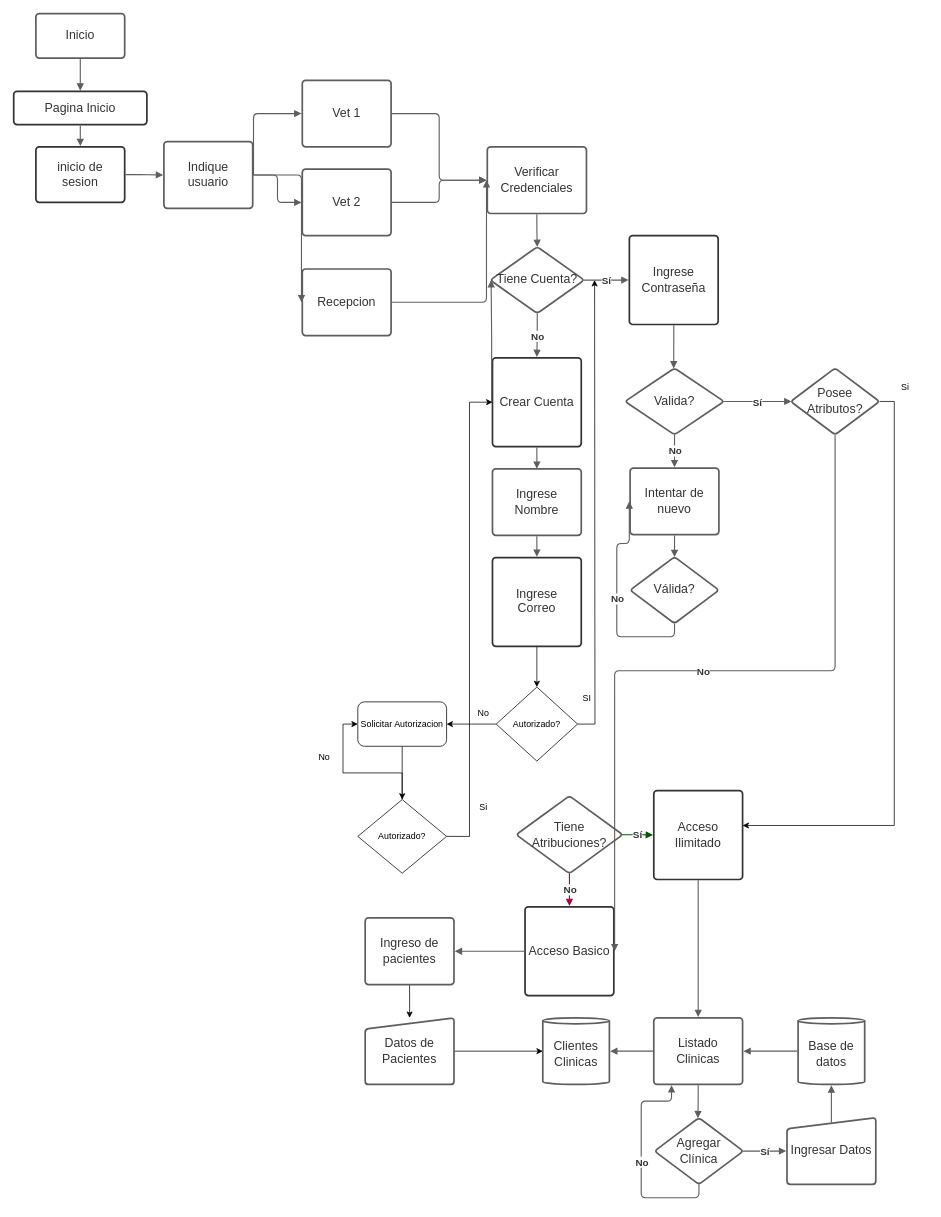
Above: Diagrama sin título.drawio in MauroCCampos/Petsitter-Spa (draw.io), before the change. Source tidied: cells renumbered, new cells numbered last; positions are measured from the earlier drawing's top-left corner, leaving out a move shared by most shapes. Both pictures are drawn from the tidied source at 74%, with x=0, y=0 at pixel (13, 13).
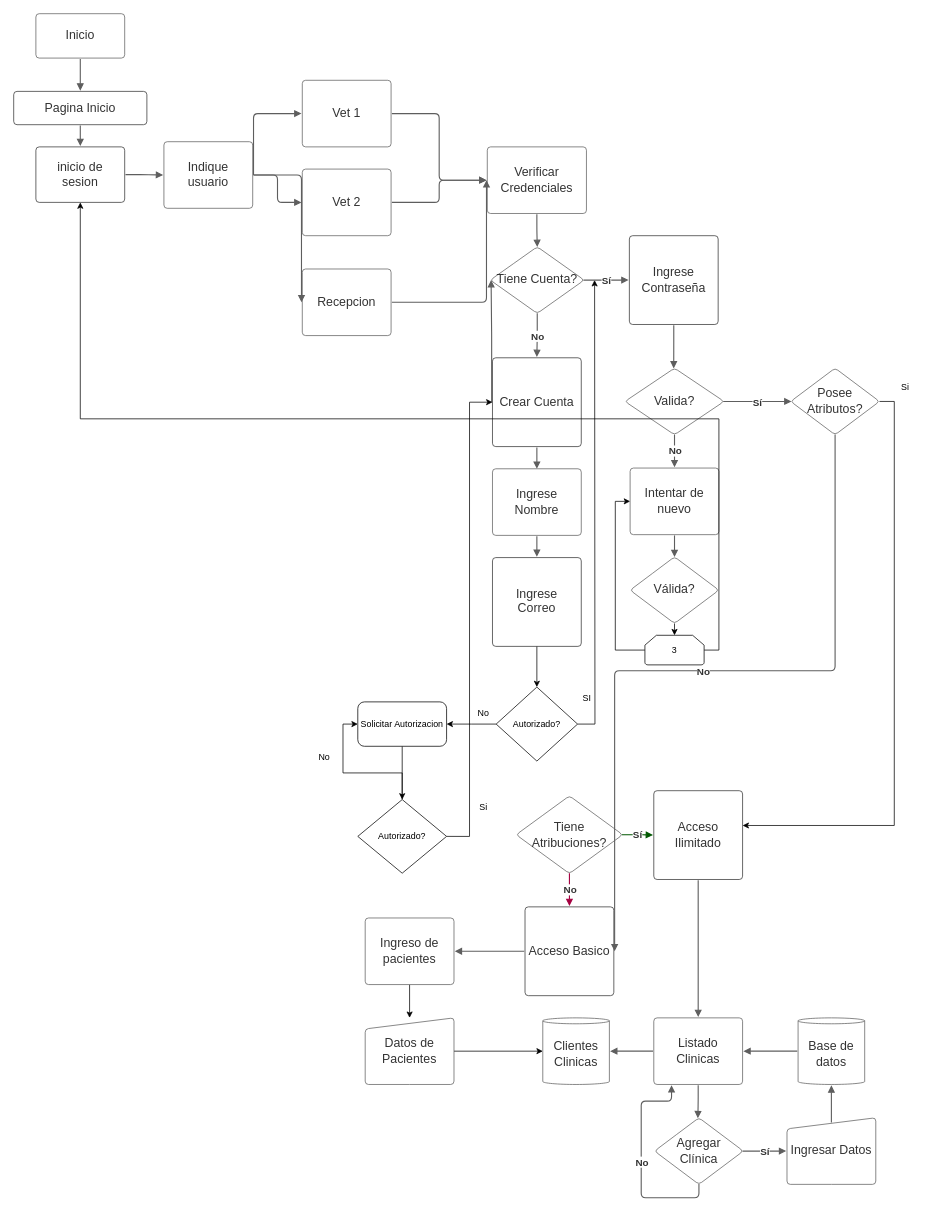
The same diagram, later.

Commit message (it also covers changes not shown here):
Proyecto Go Animal

Diff of the diagram source:
```diff
@@
-    <mxCell id="2" value="Inicio" style="html=1;overflow=block;blockSpacing=1;whiteSpace=wrap;fontSize=16.7;fontColor=#333333;align=center;spacing=3.8;strokeColor=#5e5e5e;strokeOpacity=100;rounded=1;absoluteArcSize=1;arcSize=9;strokeWidth=2.3;lucidId=6lV_jRiNdOOd;" parent="1" vertex="1">
+    <mxCell id="2" value="Inicio" style="html=1;overflow=block;blockSpacing=1;whiteSpace=wrap;fontSize=16.7;fontColor=#333333;align=center;spacing=3.8;strokeColor=#5e5e5e;strokeOpacity=100;rounded=1;absoluteArcSize=1;arcSize=9;strokeWidth=1;lucidId=6lV_jRiNdOOd;" parent="1" vertex="1">
       <mxGeometry x="30" width="120" height="60" as="geometry" />
     </mxCell>
@@
-    <mxCell id="4" value="Pagina Inicio" style="html=1;overflow=block;blockSpacing=1;whiteSpace=wrap;fontSize=16.7;fontColor=#333333;align=center;spacing=3.8;strokeColor=#333333;strokeOpacity=100;fillOpacity=0;rounded=1;absoluteArcSize=1;arcSize=9;fillColor=#ffffff;strokeWidth=2.3;lucidId=ymV_Ch-mpjN8;" parent="1" vertex="1">
+    <mxCell id="4" value="Pagina Inicio" style="html=1;overflow=block;blockSpacing=1;whiteSpace=wrap;fontSize=16.7;fontColor=#333333;align=center;spacing=3.8;strokeColor=#333333;strokeOpacity=100;fillOpacity=0;rounded=1;absoluteArcSize=1;arcSize=9;fillColor=#ffffff;strokeWidth=1;lucidId=ymV_Ch-mpjN8;" parent="1" vertex="1">
       <mxGeometry y="105" width="180" height="45" as="geometry" />
     </mxCell>
@@
-    <mxCell id="6" value="inicio de sesion" style="html=1;overflow=block;blockSpacing=1;whiteSpace=wrap;fontSize=16.7;fontColor=#333333;align=center;spacing=3.8;strokeColor=#333333;strokeOpacity=100;fillOpacity=0;rounded=1;absoluteArcSize=1;arcSize=9;fillColor=#ffffff;strokeWidth=2.3;lucidId=GnV_wsVI9CKv;" parent="1" vertex="1">
+    <mxCell id="6" value="inicio de sesion" style="html=1;overflow=block;blockSpacing=1;whiteSpace=wrap;fontSize=16.7;fontColor=#333333;align=center;spacing=3.8;strokeColor=#333333;strokeOpacity=100;fillOpacity=0;rounded=1;absoluteArcSize=1;arcSize=9;fillColor=#ffffff;strokeWidth=1;lucidId=GnV_wsVI9CKv;" parent="1" vertex="1">
       <mxGeometry x="30" y="180" width="120" height="75" as="geometry" />
     </mxCell>
-    <mxCell id="7" value="Verificar Credenciales" style="html=1;overflow=block;blockSpacing=1;whiteSpace=wrap;fontSize=16.7;fontColor=#333333;align=center;spacing=9;strokeColor=#5e5e5e;strokeOpacity=100;rounded=1;absoluteArcSize=1;arcSize=9;strokeWidth=2.3;lucidId=1nV_D38gx65L;" parent="1" vertex="1">
+    <mxCell id="7" value="Verificar Credenciales" style="html=1;overflow=block;blockSpacing=1;whiteSpace=wrap;fontSize=16.7;fontColor=#333333;align=center;spacing=9;strokeColor=#5e5e5e;strokeOpacity=100;rounded=1;absoluteArcSize=1;arcSize=9;strokeWidth=1;lucidId=1nV_D38gx65L;" parent="1" vertex="1">
       <mxGeometry x="640" y="180" width="134" height="90" as="geometry" />
     </mxCell>
-    <mxCell id="8" value="Valida?" style="html=1;overflow=block;blockSpacing=1;whiteSpace=wrap;rhombus;fontSize=16.7;fontColor=#333333;align=center;spacing=3.8;strokeColor=#5E5E5E;rounded=1;absoluteArcSize=1;arcSize=9;strokeWidth=2.3;lucidId=PoV_fIXQWpVl;" parent="1" vertex="1">
+    <mxCell id="8" value="Valida?" style="html=1;overflow=block;blockSpacing=1;whiteSpace=wrap;rhombus;fontSize=16.7;fontColor=#333333;align=center;spacing=3.8;strokeColor=#5E5E5E;rounded=1;absoluteArcSize=1;arcSize=9;strokeWidth=1;lucidId=PoV_fIXQWpVl;" parent="1" vertex="1">
       <mxGeometry x="826" y="479" width="134" height="90" as="geometry" />
     </mxCell>
-    <mxCell id="9" value="Intentar de nuevo" style="html=1;overflow=block;blockSpacing=1;whiteSpace=wrap;fontSize=16.7;fontColor=#333333;align=center;spacing=9;strokeColor=#5e5e5e;strokeOpacity=100;rounded=1;absoluteArcSize=1;arcSize=9;strokeWidth=2.3;lucidId=lrV_QBkVOYwX;" parent="1" vertex="1">
+    <mxCell id="9" value="Intentar de nuevo" style="html=1;overflow=block;blockSpacing=1;whiteSpace=wrap;fontSize=16.7;fontColor=#333333;align=center;spacing=9;strokeColor=#5e5e5e;strokeOpacity=100;rounded=1;absoluteArcSize=1;arcSize=9;strokeWidth=1;lucidId=lrV_QBkVOYwX;" parent="1" vertex="1">
       <mxGeometry x="833" y="614" width="120" height="90" as="geometry" />
     </mxCell>
@@
+    <mxCell id="87" style="edgeStyle=orthogonalEdgeStyle;rounded=0;jettySize=auto;html=1;exitX=0.5;exitY=1;exitDx=0;exitDy=0;entryX=0.5;entryY=0;entryDx=0;entryDy=0;entryPerimeter=0;" parent="1" edge="1" source="11" target="90">
+      <mxGeometry relative="1" as="geometry" />
+    </mxCell>
-    <mxCell id="11" value="Válida?" style="html=1;overflow=block;blockSpacing=1;whiteSpace=wrap;rhombus;fontSize=16.7;fontColor=#333333;align=center;spacing=3.8;strokeColor=#5E5E5E;rounded=1;absoluteArcSize=1;arcSize=9;strokeWidth=2.3;lucidId=9rV_8nIzQmjW;" parent="1" vertex="1">
+    <mxCell id="11" value="Válida?" style="html=1;overflow=block;blockSpacing=1;whiteSpace=wrap;rhombus;fontSize=16.7;fontColor=#333333;align=center;spacing=3.8;strokeColor=#5E5E5E;rounded=1;absoluteArcSize=1;arcSize=9;strokeWidth=1;lucidId=9rV_8nIzQmjW;" parent="1" vertex="1">
       <mxGeometry x="833" y="734" width="120" height="90" as="geometry" />
     </mxCell>
-    <mxCell id="12" style="html=1;jettySize=18;whiteSpace=wrap;fontSize=13.3;fontColor=#333333;fontStyle=1;align=center;strokeColor=#5E5E5E;strokeWidth=1.5;rounded=1;arcSize=12;edgeStyle=orthogonalEdgeStyle;startArrow=none;endArrow=block;endFill=1;exitX=0.5;exitY=0.996;exitPerimeter=0;entryX=-0.009;entryY=0.5;entryPerimeter=0;lucidId=JsV_CmmmKMjs;" parent="1" edge="1" source="11" target="9">
-      <mxGeometry relative="1" as="geometry" />
-    </mxCell>
-    <mxCell id="13" value="No" style="text;html=1;labelBackgroundColor=default;align=center;verticalAlign=middle;fontStyle=1;fontColor=#333333;fontSize=13.3;" parent="12" vertex="1">
-      <mxGeometry relative="1" as="geometry" />
-    </mxCell>
-    <mxCell id="14" value="Indique usuario" style="html=1;overflow=block;blockSpacing=1;whiteSpace=wrap;fontSize=16.7;fontColor=#333333;align=center;spacing=9;strokeColor=#5e5e5e;strokeOpacity=100;rounded=1;absoluteArcSize=1;arcSize=9;strokeWidth=2.3;lucidId=KtV_1nC~NSEl;" parent="1" vertex="1">
+    <mxCell id="14" value="Indique usuario" style="html=1;overflow=block;blockSpacing=1;whiteSpace=wrap;fontSize=16.7;fontColor=#333333;align=center;spacing=9;strokeColor=#5e5e5e;strokeOpacity=100;rounded=1;absoluteArcSize=1;arcSize=9;strokeWidth=1;lucidId=KtV_1nC~NSEl;" parent="1" vertex="1">
       <mxGeometry x="203" y="173" width="120" height="90" as="geometry" />
     </mxCell>
@@
-    <mxCell id="16" value="Tiene Cuenta?" style="html=1;overflow=block;blockSpacing=1;whiteSpace=wrap;rhombus;fontSize=16.7;fontColor=#333333;align=center;spacing=3.8;strokeColor=#5E5E5E;rounded=1;absoluteArcSize=1;arcSize=9;strokeWidth=2.3;lucidId=_uV_788DccaZ;" parent="1" vertex="1">
+    <mxCell id="16" value="Tiene Cuenta?" style="html=1;overflow=block;blockSpacing=1;whiteSpace=wrap;rhombus;fontSize=16.7;fontColor=#333333;align=center;spacing=3.8;strokeColor=#5E5E5E;rounded=1;absoluteArcSize=1;arcSize=9;strokeWidth=1;lucidId=_uV_788DccaZ;" parent="1" vertex="1">
       <mxGeometry x="644" y="315" width="127" height="90" as="geometry" />
     </mxCell>
@@
-    <mxCell id="19" value="Ingrese Contraseña" style="html=1;overflow=block;blockSpacing=1;whiteSpace=wrap;fontSize=16.7;fontColor=#333333;align=center;spacing=3.8;strokeColor=#333333;strokeOpacity=100;fillOpacity=0;rounded=1;absoluteArcSize=1;arcSize=9;fillColor=#ffffff;strokeWidth=2.3;lucidId=xvV_v9miPpJ-;" parent="1" vertex="1">
+    <mxCell id="19" value="Ingrese Contraseña" style="html=1;overflow=block;blockSpacing=1;whiteSpace=wrap;fontSize=16.7;fontColor=#333333;align=center;spacing=3.8;strokeColor=#333333;strokeOpacity=100;fillOpacity=0;rounded=1;absoluteArcSize=1;arcSize=9;fillColor=#ffffff;strokeWidth=1;lucidId=xvV_v9miPpJ-;" parent="1" vertex="1">
       <mxGeometry x="832" y="300" width="120" height="120" as="geometry" />
     </mxCell>
@@
-    <mxCell id="23" value="Crear Cuenta" style="html=1;overflow=block;blockSpacing=1;whiteSpace=wrap;fontSize=16.7;fontColor=#333333;align=center;spacing=3.8;strokeColor=#333333;strokeOpacity=100;fillOpacity=0;rounded=1;absoluteArcSize=1;arcSize=9;fillColor=#ffffff;strokeWidth=2.3;lucidId=uwV_kCfQT2Pc;" parent="1" vertex="1">
+    <mxCell id="23" value="Crear Cuenta" style="html=1;overflow=block;blockSpacing=1;whiteSpace=wrap;fontSize=16.7;fontColor=#333333;align=center;spacing=3.8;strokeColor=#333333;strokeOpacity=100;fillOpacity=0;rounded=1;absoluteArcSize=1;arcSize=9;fillColor=#ffffff;strokeWidth=1;lucidId=uwV_kCfQT2Pc;" parent="1" vertex="1">
       <mxGeometry x="647" y="465" width="120" height="120" as="geometry" />
     </mxCell>
@@
-    <mxCell id="26" value="Ingrese Nombre" style="html=1;overflow=block;blockSpacing=1;whiteSpace=wrap;fontSize=16.7;fontColor=#333333;align=center;spacing=9;strokeColor=#5e5e5e;strokeOpacity=100;rounded=1;absoluteArcSize=1;arcSize=9;strokeWidth=2.3;lucidId=6xV__ENYtw5K;" parent="1" vertex="1">
+    <mxCell id="26" value="Ingrese Nombre" style="html=1;overflow=block;blockSpacing=1;whiteSpace=wrap;fontSize=16.7;fontColor=#333333;align=center;spacing=9;strokeColor=#5e5e5e;strokeOpacity=100;rounded=1;absoluteArcSize=1;arcSize=9;strokeWidth=1;lucidId=6xV__ENYtw5K;" parent="1" vertex="1">
       <mxGeometry x="647" y="615" width="120" height="90" as="geometry" />
     </mxCell>
-    <mxCell id="27" value="Vet 1" style="html=1;overflow=block;blockSpacing=1;whiteSpace=wrap;fontSize=16.7;fontColor=#333333;align=center;spacing=9;strokeColor=#5e5e5e;strokeOpacity=100;rounded=1;absoluteArcSize=1;arcSize=9;strokeWidth=2.3;lucidId=TE8_JQUJnzji;" parent="1" vertex="1">
+    <mxCell id="27" value="Vet 1" style="html=1;overflow=block;blockSpacing=1;whiteSpace=wrap;fontSize=16.7;fontColor=#333333;align=center;spacing=9;strokeColor=#5e5e5e;strokeOpacity=100;rounded=1;absoluteArcSize=1;arcSize=9;strokeWidth=1;lucidId=TE8_JQUJnzji;" parent="1" vertex="1">
       <mxGeometry x="390" y="90" width="120" height="90" as="geometry" />
     </mxCell>
-    <mxCell id="28" value="Vet 2" style="html=1;overflow=block;blockSpacing=1;whiteSpace=wrap;fontSize=16.7;fontColor=#333333;align=center;spacing=9;strokeColor=#5e5e5e;strokeOpacity=100;rounded=1;absoluteArcSize=1;arcSize=9;strokeWidth=2.3;lucidId=6E8_PS.5.Md6;" parent="1" vertex="1">
+    <mxCell id="28" value="Vet 2" style="html=1;overflow=block;blockSpacing=1;whiteSpace=wrap;fontSize=16.7;fontColor=#333333;align=center;spacing=9;strokeColor=#5e5e5e;strokeOpacity=100;rounded=1;absoluteArcSize=1;arcSize=9;strokeWidth=1;lucidId=6E8_PS.5.Md6;" parent="1" vertex="1">
       <mxGeometry x="390" y="210" width="120" height="90" as="geometry" />
     </mxCell>
-    <mxCell id="29" value="Recepcion" style="html=1;overflow=block;blockSpacing=1;whiteSpace=wrap;fontSize=16.7;fontColor=#333333;align=center;spacing=9;strokeColor=#5e5e5e;strokeOpacity=100;rounded=1;absoluteArcSize=1;arcSize=9;strokeWidth=2.3;lucidId=gF8_w_ER~_n0;" parent="1" vertex="1">
+    <mxCell id="29" value="Recepcion" style="html=1;overflow=block;blockSpacing=1;whiteSpace=wrap;fontSize=16.7;fontColor=#333333;align=center;spacing=9;strokeColor=#5e5e5e;strokeOpacity=100;rounded=1;absoluteArcSize=1;arcSize=9;strokeWidth=1;lucidId=gF8_w_ER~_n0;" parent="1" vertex="1">
       <mxGeometry x="390" y="345" width="120" height="90" as="geometry" />
     </mxCell>
@@
-    <mxCell id="39" value="&lt;div style=&quot;display: flex; justify-content: center; text-align: center; align-items: baseline; font-size: 0; line-height: 1.25;margin-top: -2px;&quot;&gt;&lt;span&gt;&lt;span style=&quot;font-size:16.7px;color:#333333;&quot;&gt;Ingrese &#10;&lt;/span&gt;&lt;/span&gt;&lt;/div&gt;&lt;div style=&quot;display: flex; justify-content: center; text-align: center; align-items: baseline; font-size: 0; line-height: 1.25;margin-top: -2px;&quot;&gt;&lt;span&gt;&lt;span style=&quot;font-size:16.7px;color:#333333;&quot;&gt;Correo&lt;/span&gt;&lt;/span&gt;&lt;/div&gt;" style="html=1;overflow=block;blockSpacing=1;whiteSpace=wrap;fontSize=13;spacing=3.8;strokeColor=#333333;strokeOpacity=100;fillOpacity=0;rounded=1;absoluteArcSize=1;arcSize=9;fillColor=#ffffff;strokeWidth=2.3;lucidId=Xag~Ae.uutdC;" parent="1" vertex="1">
+    <mxCell id="39" value="&lt;div style=&quot;display: flex; justify-content: center; text-align: center; align-items: baseline; font-size: 0; line-height: 1.25;margin-top: -2px;&quot;&gt;&lt;span&gt;&lt;span style=&quot;font-size:16.7px;color:#333333;&quot;&gt;Ingrese &#10;&lt;/span&gt;&lt;/span&gt;&lt;/div&gt;&lt;div style=&quot;display: flex; justify-content: center; text-align: center; align-items: baseline; font-size: 0; line-height: 1.25;margin-top: -2px;&quot;&gt;&lt;span&gt;&lt;span style=&quot;font-size:16.7px;color:#333333;&quot;&gt;Correo&lt;/span&gt;&lt;/span&gt;&lt;/div&gt;" style="html=1;overflow=block;blockSpacing=1;whiteSpace=wrap;fontSize=13;spacing=3.8;strokeColor=#333333;strokeOpacity=100;fillOpacity=0;rounded=1;absoluteArcSize=1;arcSize=9;fillColor=#ffffff;strokeWidth=1;lucidId=Xag~Ae.uutdC;" parent="1" vertex="1">
       <mxGeometry x="647" y="735" width="120" height="120" as="geometry" />
     </mxCell>
-    <mxCell id="40" value="Tiene Atribuciones?" style="html=1;overflow=block;blockSpacing=1;whiteSpace=wrap;rhombus;fontSize=16.7;fontColor=#333333;align=center;spacing=3.8;strokeColor=#5e5e5e;strokeOpacity=100;rounded=1;absoluteArcSize=1;arcSize=9;strokeWidth=2.3;lucidId=4bg~qIHvXVig;" parent="1" vertex="1">
+    <mxCell id="40" value="Tiene Atribuciones?" style="html=1;overflow=block;blockSpacing=1;whiteSpace=wrap;rhombus;fontSize=16.7;fontColor=#333333;align=center;spacing=3.8;strokeColor=#5e5e5e;strokeOpacity=100;rounded=1;absoluteArcSize=1;arcSize=9;strokeWidth=1;lucidId=4bg~qIHvXVig;" parent="1" vertex="1">
       <mxGeometry x="679" y="1057" width="144" height="105" as="geometry" />
     </mxCell>
@@
-    <mxCell id="43" value="Acceso Ilimitado" style="html=1;overflow=block;blockSpacing=1;whiteSpace=wrap;fontSize=16.7;fontColor=#333333;align=center;spacing=3.8;strokeColor=#333333;strokeOpacity=100;fillOpacity=0;rounded=1;absoluteArcSize=1;arcSize=9;fillColor=#ffffff;strokeWidth=2.3;lucidId=Wcg~fUxF38FF;" parent="1" vertex="1">
+    <mxCell id="43" value="Acceso Ilimitado" style="html=1;overflow=block;blockSpacing=1;whiteSpace=wrap;fontSize=16.7;fontColor=#333333;align=center;spacing=3.8;strokeColor=#333333;strokeOpacity=100;fillOpacity=0;rounded=1;absoluteArcSize=1;arcSize=9;fillColor=#ffffff;strokeWidth=1;lucidId=Wcg~fUxF38FF;" parent="1" vertex="1">
       <mxGeometry x="865" y="1050" width="120" height="120" as="geometry" />
     </mxCell>
@@
-    <mxCell id="46" value="Acceso Basico" style="html=1;overflow=block;blockSpacing=1;whiteSpace=wrap;fontSize=16.7;fontColor=#333333;align=center;spacing=3.8;strokeColor=#333333;strokeOpacity=100;fillOpacity=0;rounded=1;absoluteArcSize=1;arcSize=9;fillColor=#ffffff;strokeWidth=2.3;lucidId=-cg~yoFNJy~t;" parent="1" vertex="1">
+    <mxCell id="46" value="Acceso Basico" style="html=1;overflow=block;blockSpacing=1;whiteSpace=wrap;fontSize=16.7;fontColor=#333333;align=center;spacing=3.8;strokeColor=#333333;strokeOpacity=100;fillOpacity=0;rounded=1;absoluteArcSize=1;arcSize=9;fillColor=#ffffff;strokeWidth=1;lucidId=-cg~yoFNJy~t;" parent="1" vertex="1">
       <mxGeometry x="691" y="1207" width="120" height="120" as="geometry" />
     </mxCell>
@@
-    <mxCell id="48" value="Posee Atributos?" style="html=1;overflow=block;blockSpacing=1;whiteSpace=wrap;rhombus;fontSize=16.7;fontColor=#333333;align=center;spacing=3.8;strokeColor=#5e5e5e;strokeOpacity=100;rounded=1;absoluteArcSize=1;arcSize=9;strokeWidth=2.3;lucidId=nfg~SPuSGxTI;" parent="1" vertex="1">
+    <mxCell id="48" value="Posee Atributos?" style="html=1;overflow=block;blockSpacing=1;whiteSpace=wrap;rhombus;fontSize=16.7;fontColor=#333333;align=center;spacing=3.8;strokeColor=#5e5e5e;strokeOpacity=100;rounded=1;absoluteArcSize=1;arcSize=9;strokeWidth=1;lucidId=nfg~SPuSGxTI;" parent="1" vertex="1">
       <mxGeometry x="1050" y="479" width="120" height="90" as="geometry" />
     </mxCell>
@@
-    <mxCell id="56" value="Ingreso de pacientes" style="html=1;overflow=block;blockSpacing=1;whiteSpace=wrap;fontSize=16.7;fontColor=#333333;align=center;spacing=9;strokeColor=#5e5e5e;strokeOpacity=100;rounded=1;absoluteArcSize=1;arcSize=9;strokeWidth=2.3;lucidId=k7g~KJd08HX2;" parent="1" vertex="1">
+    <mxCell id="56" value="Ingreso de pacientes" style="html=1;overflow=block;blockSpacing=1;whiteSpace=wrap;fontSize=16.7;fontColor=#333333;align=center;spacing=9;strokeColor=#5e5e5e;strokeOpacity=100;rounded=1;absoluteArcSize=1;arcSize=9;strokeWidth=1;lucidId=k7g~KJd08HX2;" parent="1" vertex="1">
       <mxGeometry x="475" y="1222" width="120" height="90" as="geometry" />
     </mxCell>
@@
-    <mxCell id="58" value="Listado Clinicas" style="html=1;overflow=block;blockSpacing=1;whiteSpace=wrap;fontSize=16.7;fontColor=#333333;align=center;spacing=9;strokeColor=#5e5e5e;strokeOpacity=100;rounded=1;absoluteArcSize=1;arcSize=9;strokeWidth=2.3;lucidId=Z7g~fSgXq1W0;" parent="1" vertex="1">
+    <mxCell id="58" value="Listado Clinicas" style="html=1;overflow=block;blockSpacing=1;whiteSpace=wrap;fontSize=16.7;fontColor=#333333;align=center;spacing=9;strokeColor=#5e5e5e;strokeOpacity=100;rounded=1;absoluteArcSize=1;arcSize=9;strokeWidth=1;lucidId=Z7g~fSgXq1W0;" parent="1" vertex="1">
       <mxGeometry x="865" y="1357" width="120" height="90" as="geometry" />
     </mxCell>
@@
-    <mxCell id="60" value="Agregar Clínica" style="html=1;overflow=block;blockSpacing=1;whiteSpace=wrap;rhombus;fontSize=16.7;fontColor=#333333;align=center;spacing=3.8;strokeColor=#5e5e5e;strokeOpacity=100;rounded=1;absoluteArcSize=1;arcSize=9;strokeWidth=2.3;lucidId=fah~KPaeuUrh;" parent="1" vertex="1">
+    <mxCell id="60" value="Agregar Clínica" style="html=1;overflow=block;blockSpacing=1;whiteSpace=wrap;rhombus;fontSize=16.7;fontColor=#333333;align=center;spacing=3.8;strokeColor=#5e5e5e;strokeOpacity=100;rounded=1;absoluteArcSize=1;arcSize=9;strokeWidth=1;lucidId=fah~KPaeuUrh;" parent="1" vertex="1">
       <mxGeometry x="866" y="1492" width="120" height="90" as="geometry" />
     </mxCell>
@@
-    <mxCell id="64" value="Base de datos" style="html=1;overflow=block;blockSpacing=1;whiteSpace=wrap;shape=cylinder3;size=4;anchorPointDirection=0;boundedLbl=1;fontSize=16.7;fontColor=#333333;align=center;spacing=3.8;strokeColor=#5e5e5e;strokeOpacity=100;rounded=1;absoluteArcSize=1;arcSize=9;strokeWidth=2.3;lucidId=Zdh~PG8KVk3B;" parent="1" vertex="1">
+    <mxCell id="64" value="Base de datos" style="html=1;overflow=block;blockSpacing=1;whiteSpace=wrap;shape=cylinder3;size=4;anchorPointDirection=0;boundedLbl=1;fontSize=16.7;fontColor=#333333;align=center;spacing=3.8;strokeColor=#5e5e5e;strokeOpacity=100;rounded=1;absoluteArcSize=1;arcSize=9;strokeWidth=1;lucidId=Zdh~PG8KVk3B;" parent="1" vertex="1">
       <mxGeometry x="1060" y="1357" width="90" height="90" as="geometry" />
     </mxCell>
@@
-    <mxCell id="66" value="Ingresar Datos" style="html=1;overflow=block;blockSpacing=1;whiteSpace=wrap;shape=manualInput;size=15;fontSize=16.7;fontColor=#333333;align=center;spacing=3.8;strokeColor=#5e5e5e;strokeOpacity=100;rounded=1;absoluteArcSize=1;arcSize=9;strokeWidth=2.3;lucidId=Neh~7mN96rgw;" parent="1" vertex="1">
+    <mxCell id="66" value="Ingresar Datos" style="html=1;overflow=block;blockSpacing=1;whiteSpace=wrap;shape=manualInput;size=15;fontSize=16.7;fontColor=#333333;align=center;spacing=3.8;strokeColor=#5e5e5e;strokeOpacity=100;rounded=1;absoluteArcSize=1;arcSize=9;strokeWidth=1;lucidId=Neh~7mN96rgw;" parent="1" vertex="1">
       <mxGeometry x="1045" y="1492" width="120" height="90" as="geometry" />
     </mxCell>
@@
-    <mxCell id="71" value="Clientes Clinicas" style="html=1;overflow=block;blockSpacing=1;whiteSpace=wrap;shape=cylinder3;size=4;anchorPointDirection=0;boundedLbl=1;fontSize=16.7;fontColor=#333333;align=center;spacing=3.8;strokeColor=#5e5e5e;strokeOpacity=100;rounded=1;absoluteArcSize=1;arcSize=9;strokeWidth=2.3;lucidId=_Bh~envPogOS;" parent="1" vertex="1">
+    <mxCell id="71" value="Clientes Clinicas" style="html=1;overflow=block;blockSpacing=1;whiteSpace=wrap;shape=cylinder3;size=4;anchorPointDirection=0;boundedLbl=1;fontSize=16.7;fontColor=#333333;align=center;spacing=3.8;strokeColor=#5e5e5e;strokeOpacity=100;rounded=1;absoluteArcSize=1;arcSize=9;strokeWidth=1;lucidId=_Bh~envPogOS;" parent="1" vertex="1">
       <mxGeometry x="715" y="1357" width="90" height="90" as="geometry" />
     </mxCell>
@@
-    <mxCell id="73" value="Datos de Pacientes" style="html=1;overflow=block;blockSpacing=1;whiteSpace=wrap;shape=manualInput;size=15;fontSize=16.7;fontColor=#333333;align=center;spacing=3.8;strokeColor=#5e5e5e;strokeOpacity=100;rounded=1;absoluteArcSize=1;arcSize=9;strokeWidth=2.3;lucidId=VFh~qWkk-6Xw;" parent="1" vertex="1">
+    <mxCell id="73" value="Datos de Pacientes" style="html=1;overflow=block;blockSpacing=1;whiteSpace=wrap;shape=manualInput;size=15;fontSize=16.7;fontColor=#333333;align=center;spacing=3.8;strokeColor=#5e5e5e;strokeOpacity=100;rounded=1;absoluteArcSize=1;arcSize=9;strokeWidth=1;lucidId=VFh~qWkk-6Xw;" parent="1" vertex="1">
       <mxGeometry x="475" y="1357" width="120" height="90" as="geometry" />
     </mxCell>
@@
+    <mxCell id="88" style="edgeStyle=orthogonalEdgeStyle;rounded=0;jettySize=auto;html=1;exitX=0;exitY=0.5;exitDx=0;exitDy=0;exitPerimeter=0;entryX=0;entryY=0.5;entryDx=0;entryDy=0;" parent="1" edge="1" source="90" target="9">
+      <mxGeometry relative="1" as="geometry" />
+    </mxCell>
+    <mxCell id="89" style="edgeStyle=orthogonalEdgeStyle;rounded=0;jettySize=auto;html=1;exitX=1;exitY=0.5;exitDx=0;exitDy=0;exitPerimeter=0;strokeWidth=1;" parent="1" edge="1" source="90" target="6">
+      <mxGeometry relative="1" as="geometry" />
+    </mxCell>
+    <mxCell id="90" value="3" style="strokeWidth=1;html=1;shape=mxgraph.flowchart.loop_limit;whiteSpace=wrap;" parent="1" vertex="1">
+      <mxGeometry x="853" y="840" width="80" height="40" as="geometry" />
+    </mxCell>
```
